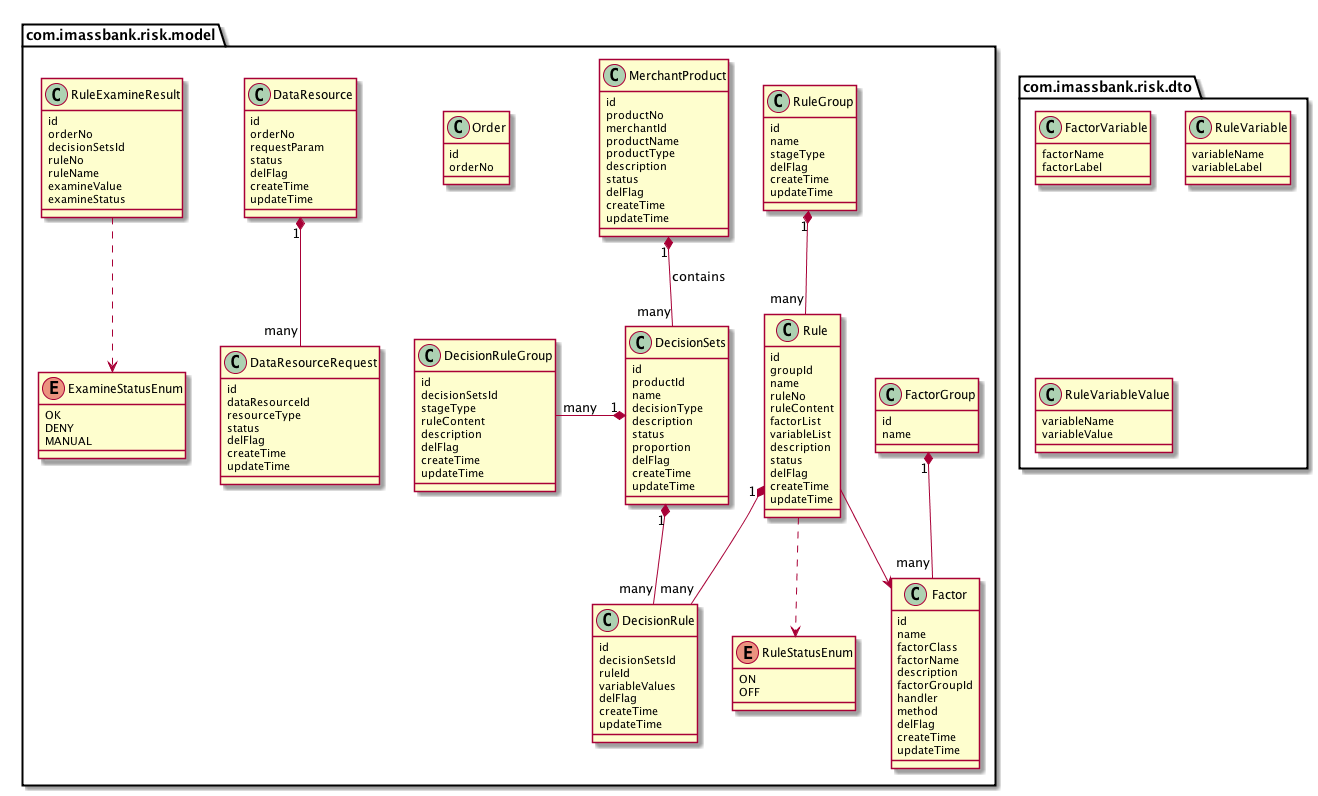
Before: images/risk/ClassDiagram.png, a diagram exported from PlantUML (feidragon/feidragon.github.io). Source of this version:
```plantuml
@startuml
package com.imassbank.risk.model <<Folder>> {


  class MerchantProduct{
    id
    productNo
    merchantId
    productName
    productType
    description
    status
    delFlag
    createTime
    updateTime
  }
  class FactorGroup{
    id
    name
  }

  class Factor{
    id
    name
    factorClass
    factorName
    description
    factorGroupId
    handler
    method
    delFlag
    createTime
    updateTime
  }



  class RuleGroup{
    id
    name
    stageType
    delFlag
    createTime
    updateTime
  }

  class Rule{
    id
    groupId
    name
    ruleNo
    ruleContent
    factorList
    variableList
    description
    status
    delFlag
    createTime
    updateTime
  }


  class DecisionSets{
    id
    productId
    name
    decisionType
    description
    status
    proportion
    delFlag
    createTime
    updateTime
  }

  class DecisionRule{
    id
    decisionSetsId
    ruleId
    variableValues
    delFlag
    createTime
    updateTime
  }


  class DecisionRuleGroup{
    id
    decisionSetsId
    stageType
    ruleContent
    description
    delFlag
    createTime
    updateTime
  }


  enum RuleStatusEnum{
    ON
    OFF
  }
  enum ExamineStatusEnum{
    OK
    DENY
    MANUAL
  }

  class Order{
    id
    orderNo

  }



  class DataResource{
    id
    orderNo
    requestParam
    status
    delFlag
    createTime
    updateTime
  }
  class DataResourceRequest{
    id
    dataResourceId
    resourceType
    status
    delFlag
    createTime
    updateTime
  }
  class RuleExamineResult{
    id
    orderNo
    decisionSetsId
    ruleNo
    ruleName
    examineValue
    examineStatus
  }
}

package com.imassbank.risk.dto <<Folder>> {
  class FactorVariable{
    factorName
    factorLabel
  }
  class RuleVariable{
      variableName
      variableLabel
  }
  class RuleVariableValue{
      variableName
      variableValue
  }


}

MerchantProduct "1" *-- "many" DecisionSets : contains
DecisionSets  "1" *-- "many" DecisionRule
DecisionSets  "1" *-left- "many" DecisionRuleGroup
Rule  "1" *-- "many" DecisionRule
Rule  ..>   RuleStatusEnum
RuleExamineResult  ..>   ExamineStatusEnum
RuleGroup "1" *-- "many" Rule
FactorGroup "1" *-- "many" Factor
Rule --> Factor
DataResource "1" *-- "many" DataResourceRequest


@enduml
```
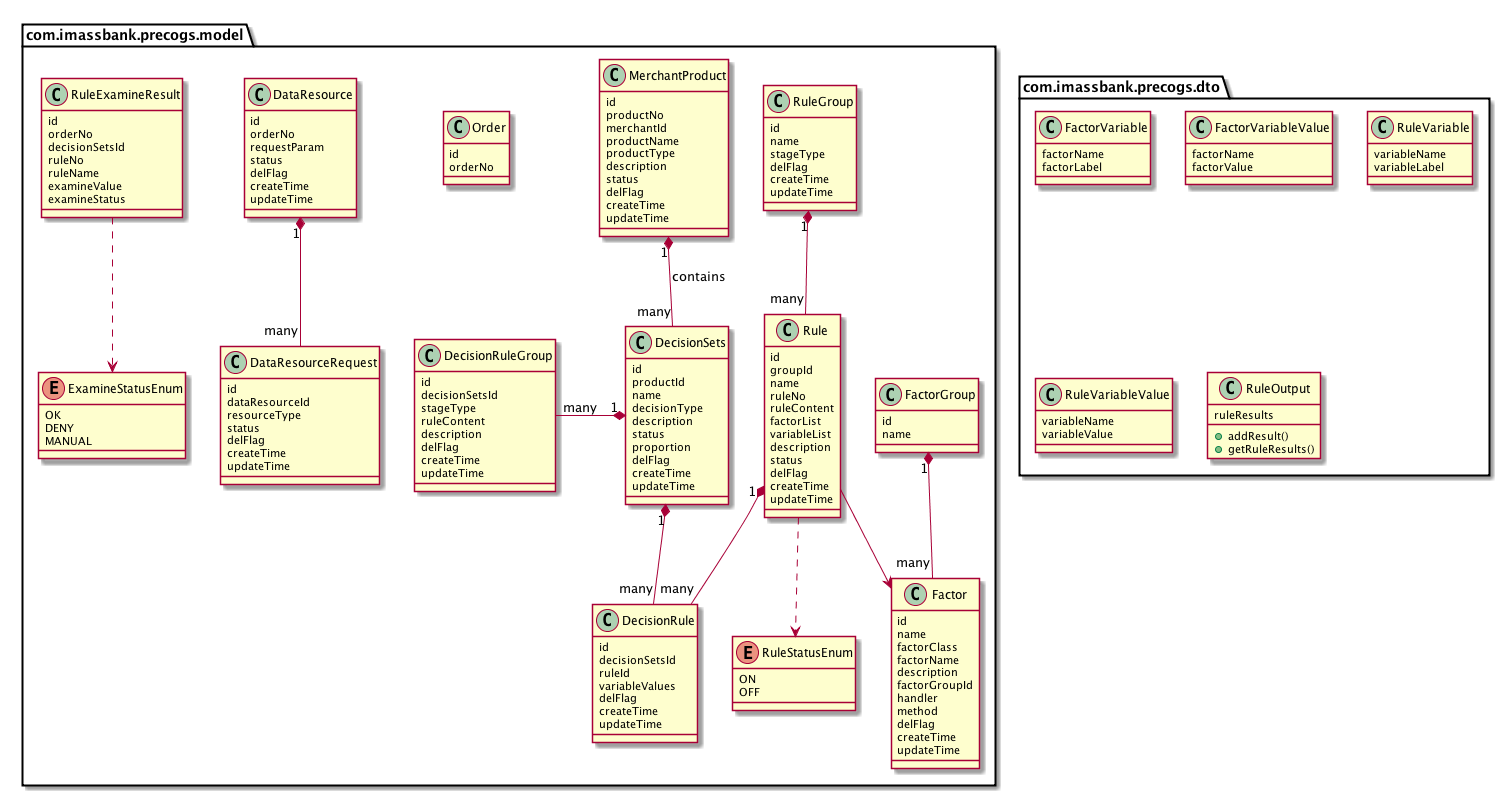
The same file after the commit.

The edit, as a diff of the source:
```diff
@@ -1,5 +1,5 @@
 @startuml
-package com.imassbank.risk.model <<Folder>> {
+package com.imassbank.precogs.model <<Folder>> {
 
 
   class MerchantProduct{
@@ -143,10 +143,14 @@
   }
 }
 
-package com.imassbank.risk.dto <<Folder>> {
+package com.imassbank.precogs.dto <<Folder>> {
   class FactorVariable{
     factorName
     factorLabel
+  }
+  class FactorVariableValue{
+    factorName
+    factorValue
   }
   class RuleVariable{
       variableName
@@ -155,6 +159,11 @@
   class RuleVariableValue{
       variableName
       variableValue
+  }
+  class RuleOutput{
+    ruleResults
+    + addResult()
+    + getRuleResults()
   }
 
 
```
